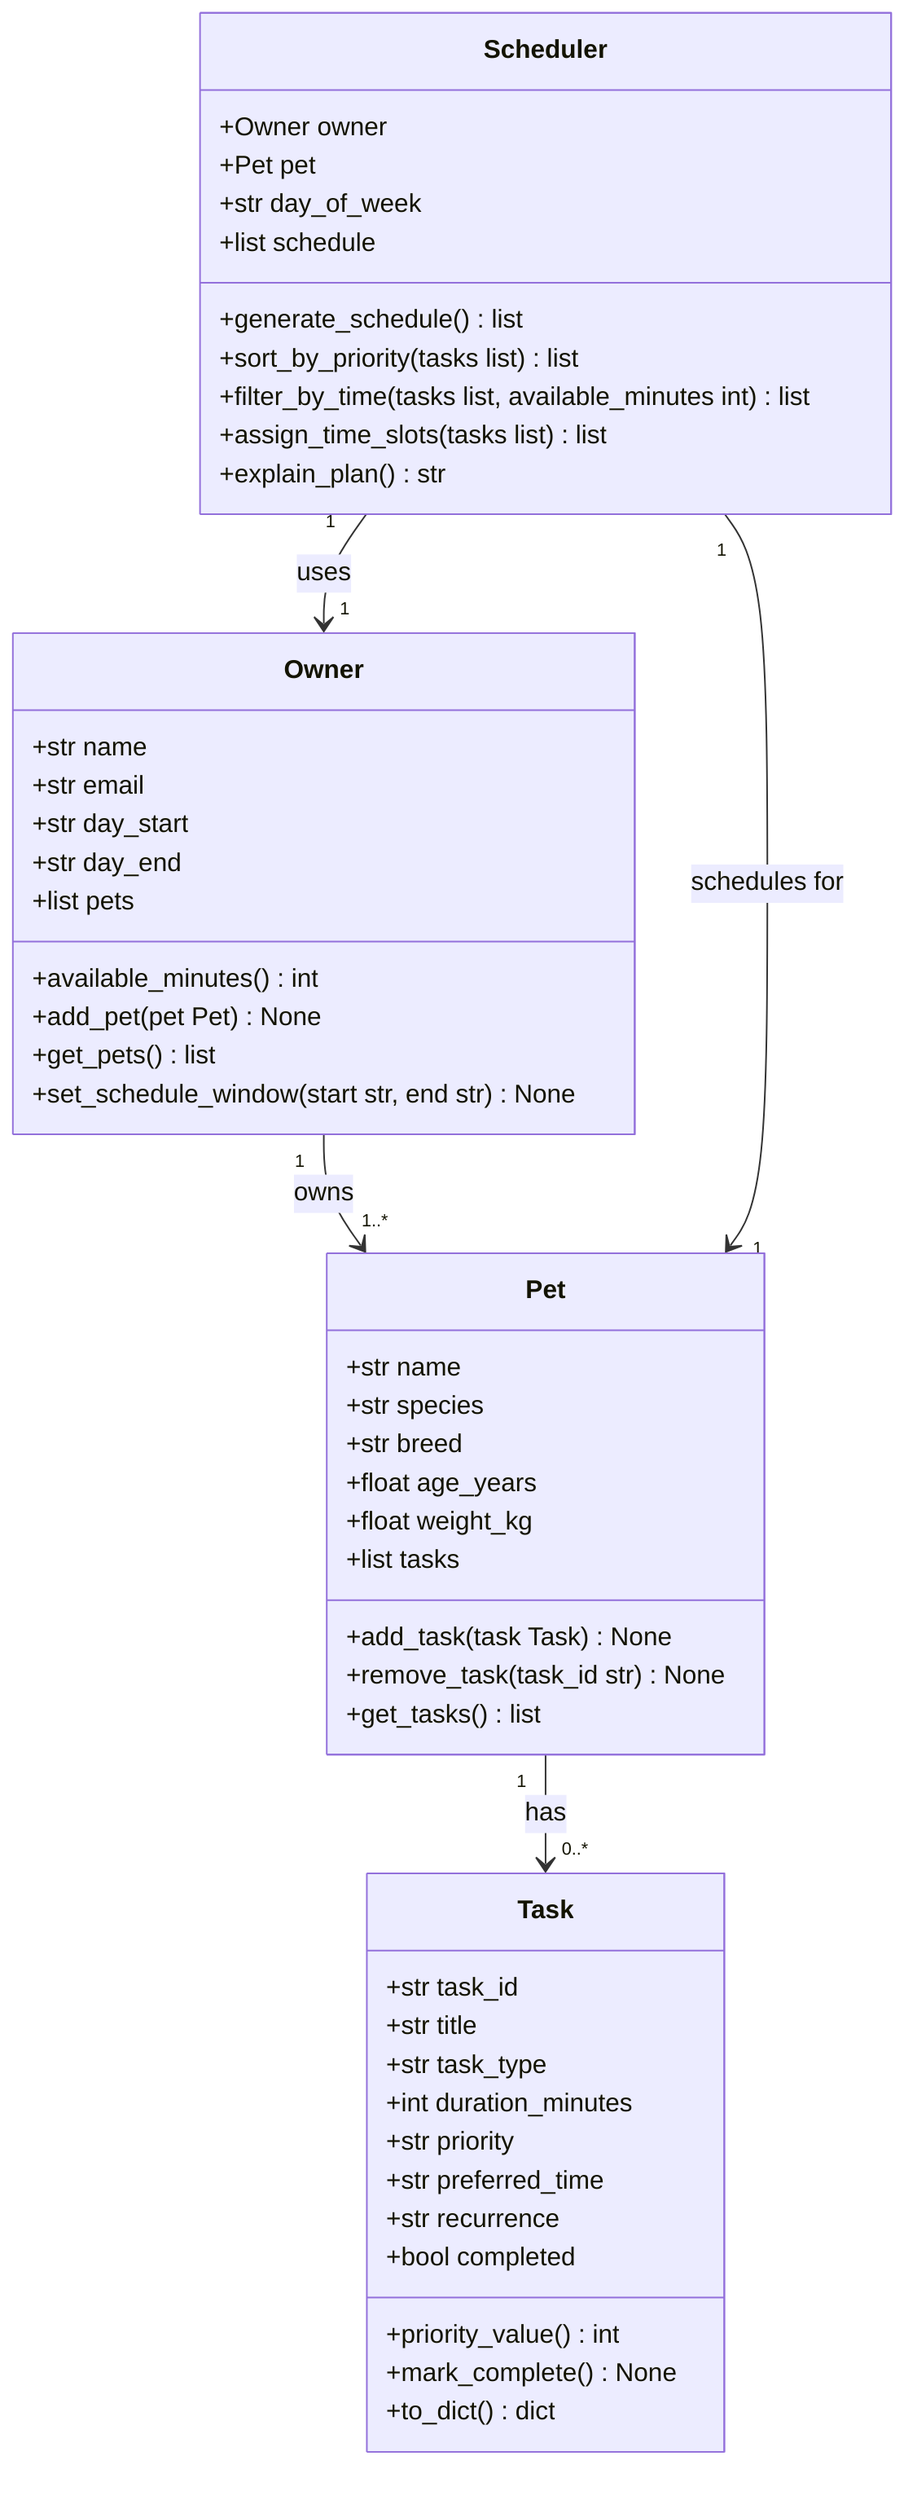
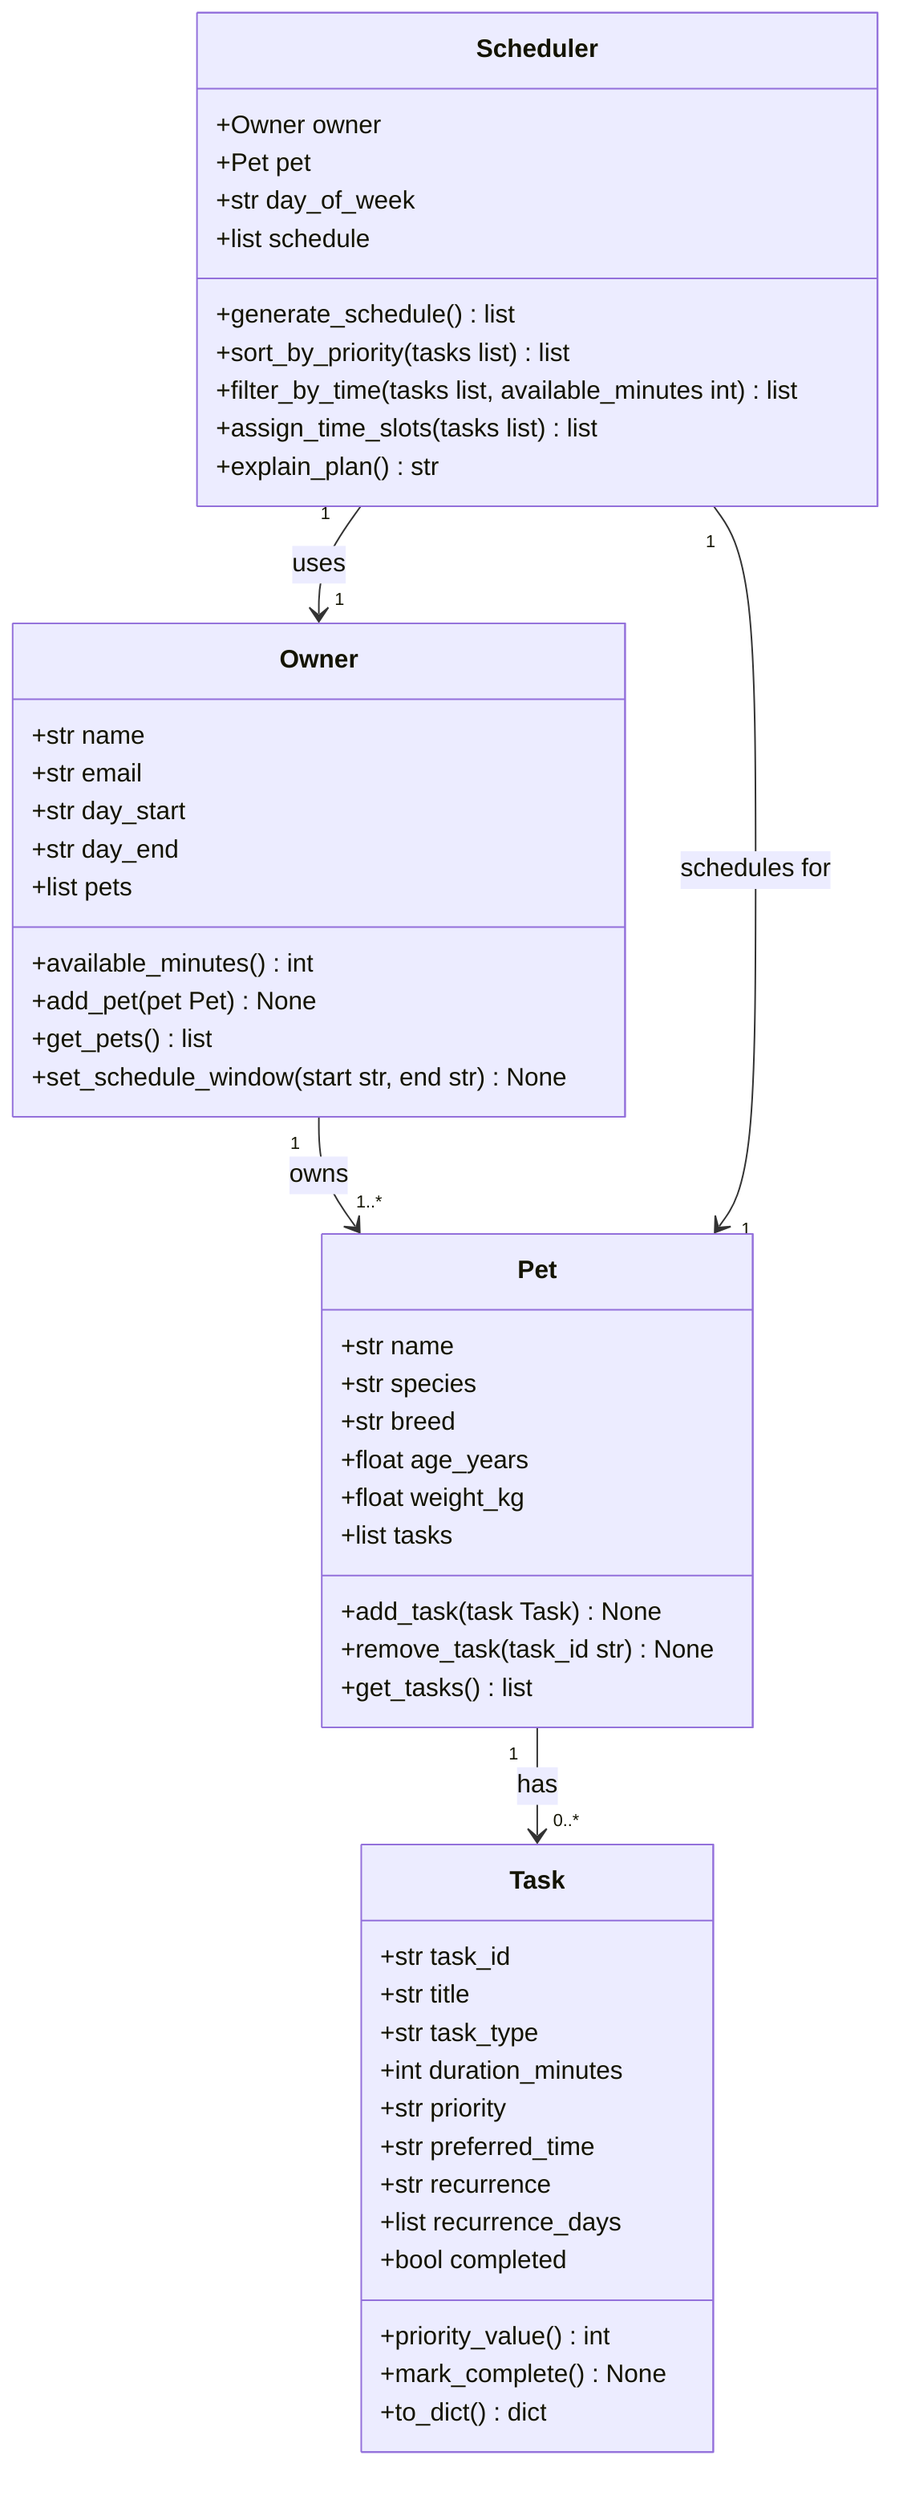
classDiagram
    class Owner {
        +str name
        +str email
        +str day_start
        +str day_end
        +list pets
        +available_minutes() int
        +add_pet(pet Pet) None
        +get_pets() list
        +set_schedule_window(start str, end str) None
    }

    class Pet {
        +str name
        +str species
        +str breed
        +float age_years
        +float weight_kg
        +list tasks
        +add_task(task Task) None
        +remove_task(task_id str) None
        +get_tasks() list
    }

    class Task {
        +str task_id
        +str title
        +str task_type
        +int duration_minutes
        +str priority
        +str preferred_time
        +str recurrence
+         +list recurrence_days
        +bool completed
        +priority_value() int
        +mark_complete() None
        +to_dict() dict
    }

    class Scheduler {
        +Owner owner
        +Pet pet
        +str day_of_week
        +list schedule
        +generate_schedule() list
        +sort_by_priority(tasks list) list
        +filter_by_time(tasks list, available_minutes int) list
        +assign_time_slots(tasks list) list
        +explain_plan() str
    }

    Owner "1" --> "1..*" Pet : owns
    Pet "1" --> "0..*" Task : has
    Scheduler "1" --> "1" Owner : uses
    Scheduler "1" --> "1" Pet : schedules for
